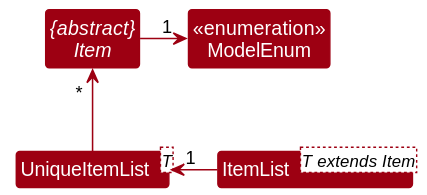
The PlantUML diagram docs/images/ItemClassDiagram.svg in nus-cs2103-AY2223S2/tp, before a commit. Source of this version:
```plantuml
@startuml
!include style.puml
skinparam arrowThickness 1.1
skinparam arrowColor MODEL_COLOR
skinparam classBackgroundColor MODEL_COLOR


Enum "<<enumeration>>\nModelEnum" as ModelEnum{
SUPPLIER
TASK
ORDER
CUSTOMER
}
Abstract Class "{abstract}\nItem" as Item
Class ItemList<T extends Item>
Class UniqueItemList<T>


Item -right-> "1 " ModelEnum
UniqueItemList -up-> "            *" Item
ItemList -left-> " 1" UniqueItemList
@enduml
```
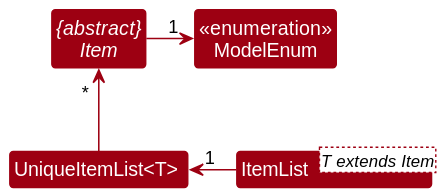
Above is the later version.

The edit, as a diff of the source:
```diff
@@ -13,7 +13,7 @@
 }
 Abstract Class "{abstract}\nItem" as Item
 Class ItemList<T extends Item>
-Class UniqueItemList<T>
+Class "UniqueItemList<T> " as UniqueItemList
 
 
 Item -right-> "1 " ModelEnum
```
